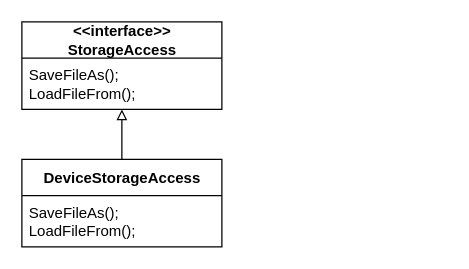
Above: page "FileAccess" (5 of 7) of Documentation/Fluffy dashboard architecture.drawio in avatarp/fluffy-dashboard (draw.io), before the change. Source tidied: cells renumbered, new cells numbered last; positions are measured from the earlier drawing's top-left corner, leaving out a move shared by most shapes. Both pictures are drawn from the tidied source at 125%, with x=0, y=0 at pixel (21, 21).
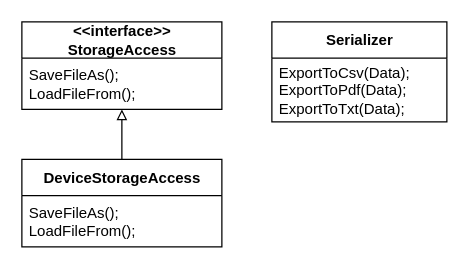
The same page after the edit.

Diff of the diagram source:
```diff
@@
 <mxGraphModel>
   <root>
     <mxCell id="0" />
     <mxCell id="1" parent="0" />
     <mxCell id="2" value="&amp;lt;&amp;lt;interface&amp;gt;&amp;gt;&lt;br&gt;StorageAccess" style="swimlane;fontStyle=1;align=center;verticalAlign=middle;horizontal=1;startSize=29;html=1;" parent="1" vertex="1">
       <mxGeometry width="160" height="70" as="geometry" />
     </mxCell>
     <mxCell id="3" value="SaveFileAs();&lt;br&gt;LoadFileFrom();" style="text;html=1;strokeColor=none;fillColor=none;align=left;verticalAlign=middle;spacingLeft=4;spacingRight=4;overflow=hidden;points=[[0,0.5],[1,0.5]];portConstraint=eastwest;" parent="2" vertex="1">
       <mxGeometry y="29" width="160" height="41" as="geometry" />
     </mxCell>
     <mxCell id="4" style="edgeStyle=orthogonalEdgeStyle;rounded=0;jettySize=auto;html=1;entryX=0.5;entryY=1;entryDx=0;entryDy=0;entryPerimeter=0;endArrow=block;endFill=0;" parent="1" edge="1" source="5" target="3">
       <mxGeometry relative="1" as="geometry" />
     </mxCell>
     <mxCell id="5" value="DeviceStorageAccess" style="swimlane;fontStyle=1;align=center;verticalAlign=middle;horizontal=1;startSize=29;html=1;" parent="1" vertex="1">
       <mxGeometry y="110" width="160" height="70" as="geometry" />
     </mxCell>
     <mxCell id="6" value="SaveFileAs();&lt;br&gt;LoadFileFrom();" style="text;html=1;strokeColor=none;fillColor=none;align=left;verticalAlign=middle;spacingLeft=4;spacingRight=4;overflow=hidden;" parent="5" vertex="1">
       <mxGeometry y="29" width="160" height="41" as="geometry" />
     </mxCell>
+    <mxCell id="7" value="Serializer" style="swimlane;fontStyle=1;align=center;verticalAlign=middle;horizontal=1;startSize=29;html=1;" parent="1" vertex="1">
+      <mxGeometry x="200" width="140" height="80" as="geometry" />
+    </mxCell>
+    <mxCell id="8" value="ExportToCsv(Data);&lt;br&gt;ExportToPdf(Data);&lt;br&gt;ExportToTxt(Data);" style="text;html=1;strokeColor=none;fillColor=none;align=left;verticalAlign=middle;spacingLeft=4;spacingRight=4;overflow=hidden;" parent="7" vertex="1">
+      <mxGeometry y="29" width="140" height="51" as="geometry" />
+    </mxCell>
   </root>
 </mxGraphModel>
```
